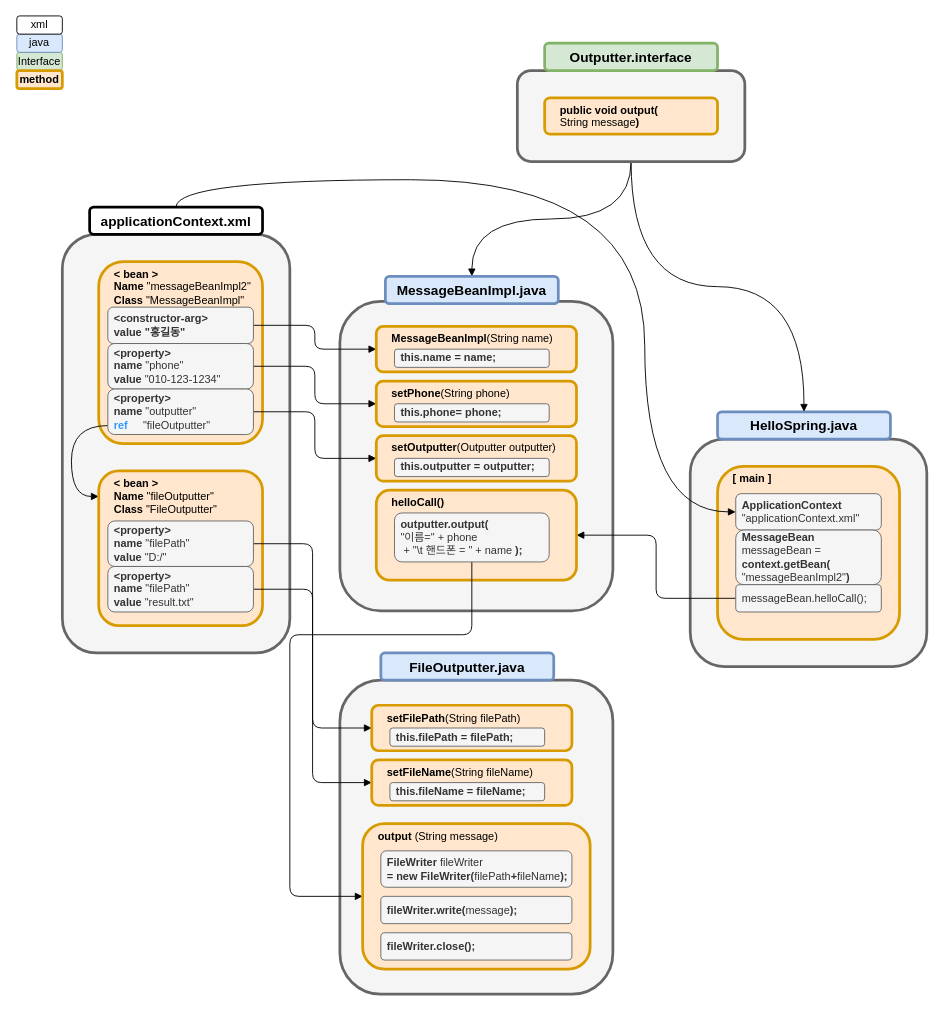
Earlier version of the draw.io diagram Untitled Diagram.drawio (Deanioche/Sandbox). Source tidied: cells renumbered, new cells numbered last; positions are measured from the earlier drawing's top-left corner, leaving out a move shared by most shapes. Both pictures are drawn from the tidied source at 91%, with x=0, y=0 at pixel (16, 15).
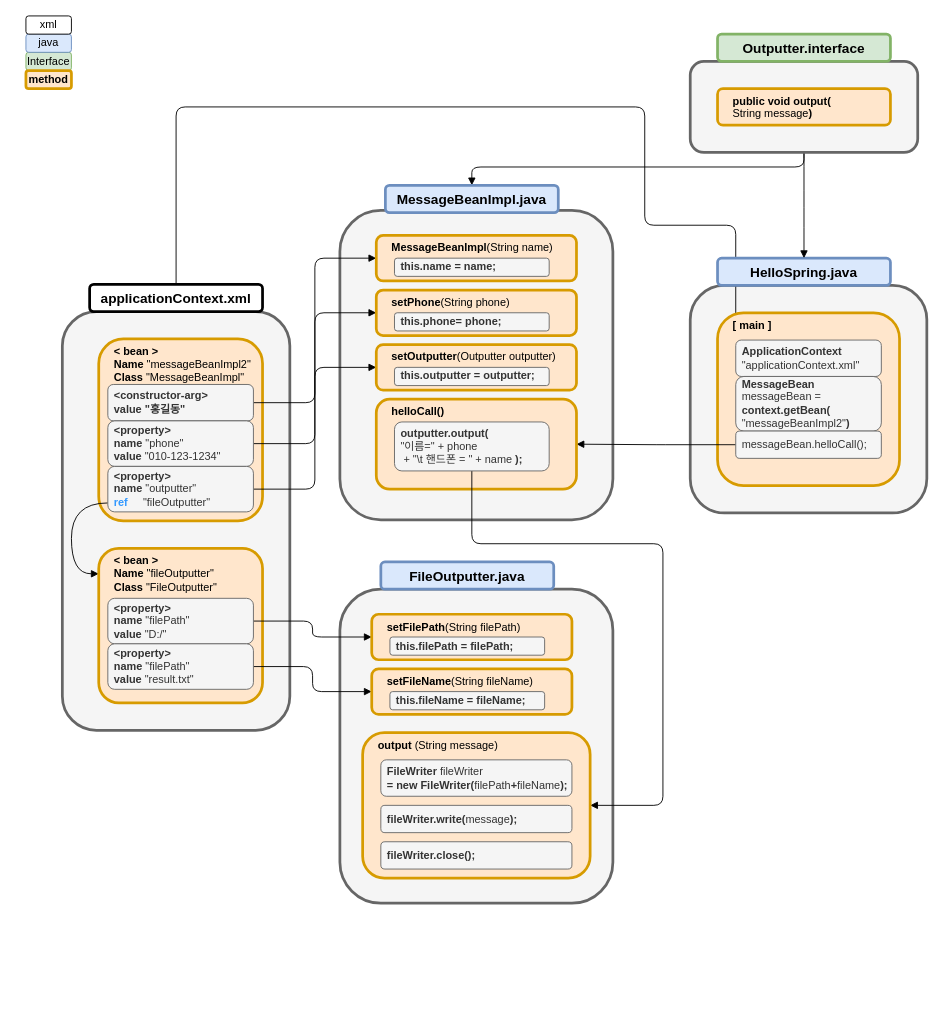
The same diagram, later.

The edit, as a diff of the source:
```diff
@@
     <mxCell id="2" style="rounded=1;whiteSpace=wrap;html=1;strokeWidth=3;align=left;fillColor=#f5f5f5;strokeColor=#666666;fontColor=#333333;" parent="1" vertex="1">
-      <mxGeometry x="355" y="730" width="300" height="345" as="geometry" />
+      <mxGeometry x="355" y="630" width="300" height="345" as="geometry" />
     </mxCell>
     <mxCell id="3" style="rounded=1;whiteSpace=wrap;html=1;strokeWidth=3;align=left;fillColor=#f5f5f5;strokeColor=#666666;fontColor=#333333;" parent="1" vertex="1">
-      <mxGeometry x="740" y="465" width="260" height="250" as="geometry" />
+      <mxGeometry x="740" y="296.2" width="260" height="250" as="geometry" />
     </mxCell>
     <mxCell id="4" style="rounded=1;whiteSpace=wrap;html=1;strokeWidth=3;align=left;fillColor=#f5f5f5;strokeColor=#666666;fontColor=#333333;" parent="1" vertex="1">
-      <mxGeometry x="355" y="313.8" width="300" height="340" as="geometry" />
+      <mxGeometry x="355" y="213.8" width="300" height="340" as="geometry" />
     </mxCell>
     <mxCell id="5" style="rounded=1;whiteSpace=wrap;html=1;strokeWidth=3;align=left;fillColor=#f5f5f5;strokeColor=#666666;fontColor=#333333;" parent="1" vertex="1">
-      <mxGeometry x="50" y="240" width="250" height="460" as="geometry" />
+      <mxGeometry x="50" y="325" width="250" height="460" as="geometry" />
     </mxCell>
     <mxCell id="6" value="Interface" style="rounded=1;whiteSpace=wrap;html=1;fillColor=#d5e8d4;strokeColor=#82b366;" parent="1" vertex="1">
-      <mxGeometry y="40" width="50" height="20" as="geometry" />
+      <mxGeometry x="10" y="40" width="50" height="20" as="geometry" />
     </mxCell>
     <mxCell id="7" value="java" style="rounded=1;whiteSpace=wrap;html=1;fillColor=#dae8fc;strokeColor=#6c8ebf;" parent="1" vertex="1">
-      <mxGeometry y="20" width="50" height="20" as="geometry" />
+      <mxGeometry x="10" y="20" width="50" height="20" as="geometry" />
     </mxCell>
     <mxCell id="8" value="xml" style="rounded=1;whiteSpace=wrap;html=1;" parent="1" vertex="1">
-      <mxGeometry width="50" height="20" as="geometry" />
+      <mxGeometry x="10" width="50" height="20" as="geometry" />
     </mxCell>
+    <mxCell id="55" style="edgeStyle=orthogonalEdgeStyle;rounded=1;jumpSize=6;jettySize=auto;html=1;exitX=0.5;exitY=0;exitDx=0;exitDy=0;entryX=0;entryY=0.5;entryDx=0;entryDy=0;endArrow=block;endFill=1;" parent="1" edge="1" source="9" target="25">
+      <mxGeometry relative="1" as="geometry">
+        <Array as="points">
+          <mxPoint x="175" y="100" />
+          <mxPoint x="690" y="100" />
+          <mxPoint x="690" y="230" />
+          <mxPoint x="790" y="230" />
+        </Array>
+      </mxGeometry>
+    </mxCell>
     <mxCell id="9" value="&lt;b&gt;&lt;font style=&quot;font-size: 15px&quot;&gt;applicationContext.xml&lt;/font&gt;&lt;/b&gt;" style="rounded=1;whiteSpace=wrap;html=1;fontSize=12;glass=0;strokeWidth=3;shadow=0;" parent="1" vertex="1">
-      <mxGeometry x="80" y="210" width="190" height="30" as="geometry" />
+      <mxGeometry x="80" y="295" width="190" height="30" as="geometry" />
     </mxCell>
     <mxCell id="10" value="&lt;div&gt;&lt;b&gt;&amp;lt; bean &amp;gt;&amp;nbsp;&lt;/b&gt;&lt;/div&gt;&lt;div&gt;&lt;b&gt;Name&lt;/b&gt; &quot;messageBeanImpl2&quot;&amp;nbsp;&lt;/div&gt;&lt;div&gt;&lt;b&gt;Class&lt;/b&gt;&amp;nbsp;&quot;MessageBeanImpl&quot;&lt;/div&gt;" style="rounded=1;whiteSpace=wrap;html=1;fontSize=12;glass=0;strokeWidth=3;shadow=0;fillColor=#ffe6cc;strokeColor=#d79b00;align=left;spacingLeft=15;labelBorderColor=none;horizontal=1;verticalAlign=top;" parent="1" vertex="1">
-      <mxGeometry x="90" y="270" width="180" height="200" as="geometry" />
+      <mxGeometry x="90" y="355" width="180" height="200" as="geometry" />
     </mxCell>
@@
     <mxCell id="12" value="&lt;div&gt;&lt;b&gt;&amp;lt;constructor-arg&amp;gt;&lt;/b&gt;&lt;/div&gt;&lt;b&gt;&lt;div&gt;&lt;b&gt;value &quot;홍길동&quot;&lt;/b&gt;&lt;/div&gt;&lt;/b&gt;" style="rounded=1;whiteSpace=wrap;html=1;fontSize=12;glass=0;strokeWidth=1;shadow=0;fillColor=#f5f5f5;strokeColor=#666666;fontColor=#333333;align=left;spacingTop=0;spacingLeft=5;" parent="1" vertex="1">
-      <mxGeometry x="100" y="320" width="160" height="40" as="geometry" />
+      <mxGeometry x="100" y="405" width="160" height="40" as="geometry" />
     </mxCell>
@@
     <mxCell id="14" value="&lt;div&gt;&lt;b&gt;&amp;lt;property&amp;gt;&lt;/b&gt;&lt;/div&gt;&lt;div&gt;&lt;b style=&quot;font-weight: bold&quot;&gt;name &lt;/b&gt;&quot;phone&quot;&lt;/div&gt;&lt;div&gt;&lt;b&gt;value &lt;/b&gt;&quot;010-123-1234&quot;&lt;/div&gt;" style="rounded=1;whiteSpace=wrap;html=1;fontSize=12;glass=0;strokeWidth=1;shadow=0;fillColor=#f5f5f5;strokeColor=#666666;fontColor=#333333;align=left;spacingTop=0;spacingLeft=5;" parent="1" vertex="1">
-      <mxGeometry x="100" y="360" width="160" height="50" as="geometry" />
+      <mxGeometry x="100" y="445" width="160" height="50" as="geometry" />
     </mxCell>
     <mxCell id="15" style="edgeStyle=orthogonalEdgeStyle;curved=1;jumpSize=6;jettySize=auto;html=1;exitX=-0.001;exitY=0.804;exitDx=0;exitDy=0;entryX=0;entryY=0.165;entryDx=0;entryDy=0;endArrow=block;endFill=1;entryPerimeter=0;exitPerimeter=0;" parent="1" edge="1" source="17" target="18">
       <mxGeometry relative="1" as="geometry">
         <Array as="points">
-          <mxPoint x="60" y="450" />
-          <mxPoint x="60" y="528" />
+          <mxPoint x="60" y="535" />
+          <mxPoint x="60" y="613" />
         </Array>
       </mxGeometry>
     </mxCell>
@@
     <mxCell id="17" value="&lt;div&gt;&lt;b&gt;&amp;lt;property&amp;gt;&lt;/b&gt;&lt;/div&gt;&lt;div&gt;&lt;b style=&quot;font-weight: bold&quot;&gt;name &lt;/b&gt;&quot;outputter&quot;&lt;/div&gt;&lt;div&gt;&lt;b&gt;&lt;font color=&quot;#3399ff&quot;&gt;ref&lt;/font&gt;&amp;nbsp; &amp;nbsp; &amp;nbsp;&lt;/b&gt;&quot;fileOutputter&quot;&lt;/div&gt;" style="rounded=1;whiteSpace=wrap;html=1;fontSize=12;glass=0;strokeWidth=1;shadow=0;fillColor=#f5f5f5;strokeColor=#666666;fontColor=#333333;align=left;spacingTop=0;spacingLeft=5;" parent="1" vertex="1">
-      <mxGeometry x="100" y="410" width="160" height="50" as="geometry" />
+      <mxGeometry x="100" y="495" width="160" height="50" as="geometry" />
     </mxCell>
     <mxCell id="18" value="&lt;div&gt;&lt;b&gt;&amp;lt; bean &amp;gt;&amp;nbsp;&lt;/b&gt;&lt;/div&gt;&lt;div&gt;&lt;b&gt;Name&lt;/b&gt; &quot;fileOutputter&quot;&amp;nbsp;&lt;/div&gt;&lt;div&gt;&lt;b&gt;Class&lt;/b&gt;&amp;nbsp;&quot;FileOutputter&quot;&lt;/div&gt;" style="rounded=1;whiteSpace=wrap;html=1;fontSize=12;glass=0;strokeWidth=3;shadow=0;fillColor=#ffe6cc;strokeColor=#d79b00;align=left;spacingLeft=15;labelBorderColor=none;horizontal=1;verticalAlign=top;arcSize=13;" parent="1" vertex="1">
-      <mxGeometry x="90" y="500" width="180" height="170" as="geometry" />
+      <mxGeometry x="90" y="585" width="180" height="170" as="geometry" />
     </mxCell>
@@
     <mxCell id="20" value="&lt;div&gt;&lt;b&gt;&amp;lt;property&amp;gt;&lt;/b&gt;&lt;/div&gt;&lt;div&gt;&lt;b style=&quot;font-weight: bold&quot;&gt;name &lt;/b&gt;&quot;filePath&quot;&lt;/div&gt;&lt;div&gt;&lt;b&gt;value &lt;/b&gt;&quot;D:/&quot;&lt;/div&gt;" style="rounded=1;whiteSpace=wrap;html=1;fontSize=12;glass=0;strokeWidth=1;shadow=0;fillColor=#f5f5f5;strokeColor=#666666;fontColor=#333333;align=left;spacingTop=0;spacingLeft=5;" parent="1" vertex="1">
-      <mxGeometry x="100" y="555" width="160" height="50" as="geometry" />
+      <mxGeometry x="100" y="640" width="160" height="50" as="geometry" />
     </mxCell>
@@
     <mxCell id="22" value="&lt;div&gt;&lt;b&gt;&amp;lt;property&amp;gt;&lt;/b&gt;&lt;/div&gt;&lt;div&gt;&lt;b style=&quot;font-weight: bold&quot;&gt;name &lt;/b&gt;&quot;filePath&quot;&lt;/div&gt;&lt;b&gt;value&amp;nbsp;&lt;/b&gt;&lt;span&gt;&quot;result.txt&quot;&lt;/span&gt;&lt;b&gt;&lt;br&gt;&lt;/b&gt;" style="rounded=1;whiteSpace=wrap;html=1;fontSize=12;glass=0;strokeWidth=1;shadow=0;fillColor=#f5f5f5;strokeColor=#666666;fontColor=#333333;align=left;spacingTop=0;spacingLeft=5;" parent="1" vertex="1">
-      <mxGeometry x="100" y="605" width="160" height="50" as="geometry" />
+      <mxGeometry x="100" y="690" width="160" height="50" as="geometry" />
     </mxCell>
     <mxCell id="23" value="&lt;b&gt;&lt;font style=&quot;font-size: 15px&quot;&gt;HelloSpring.java&lt;/font&gt;&lt;/b&gt;" style="rounded=1;whiteSpace=wrap;html=1;fontSize=12;glass=0;strokeWidth=3;shadow=0;fillColor=#dae8fc;strokeColor=#6c8ebf;" parent="1" vertex="1">
-      <mxGeometry x="770" y="435" width="190" height="30" as="geometry" />
+      <mxGeometry x="770" y="266.2" width="190" height="30" as="geometry" />
     </mxCell>
     <mxCell id="24" value="&lt;div&gt;&lt;b&gt;[ main ]&amp;nbsp;&lt;/b&gt;&lt;/div&gt;&lt;div&gt;&lt;br&gt;&lt;/div&gt;&lt;div&gt;&lt;br&gt;&lt;/div&gt;" style="rounded=1;whiteSpace=wrap;html=1;fontSize=12;glass=0;strokeWidth=3;shadow=0;fillColor=#ffe6cc;strokeColor=#d79b00;align=left;spacingLeft=15;labelBorderColor=none;horizontal=1;verticalAlign=top;" parent="1" vertex="1">
-      <mxGeometry x="770" y="495" width="200" height="190" as="geometry" />
+      <mxGeometry x="770" y="326.2" width="200" height="190" as="geometry" />
     </mxCell>
     <mxCell id="25" value="&lt;div&gt;&lt;b&gt;ApplicationContext&lt;/b&gt;&lt;br&gt;&lt;/div&gt;&quot;applicationContext.xml&quot;" style="rounded=1;whiteSpace=wrap;html=1;fontSize=12;glass=0;strokeWidth=1;shadow=0;fillColor=#f5f5f5;strokeColor=#666666;fontColor=#333333;align=left;spacingTop=0;spacingLeft=5;" parent="1" vertex="1">
-      <mxGeometry x="790" y="525" width="160" height="40" as="geometry" />
+      <mxGeometry x="790" y="356.2" width="160" height="40" as="geometry" />
     </mxCell>
     <mxCell id="26" value="&lt;div&gt;&lt;b&gt;MessageBean&lt;/b&gt;&lt;br&gt;&lt;/div&gt;&lt;div&gt;messageBean =&amp;nbsp;&lt;br&gt;&lt;/div&gt;&lt;div&gt;&lt;b&gt;context.getBean(&lt;/b&gt;&lt;br&gt;&lt;/div&gt;&lt;div&gt;&quot;messageBeanImpl2&quot;&lt;b&gt;)&lt;/b&gt;&lt;br&gt;&lt;/div&gt;" style="rounded=1;whiteSpace=wrap;html=1;fontSize=12;glass=0;strokeWidth=1;shadow=0;fillColor=#f5f5f5;strokeColor=#666666;fontColor=#333333;align=left;spacingTop=0;spacingLeft=5;" parent="1" vertex="1">
-      <mxGeometry x="790" y="565" width="160" height="60" as="geometry" />
+      <mxGeometry x="790" y="396.2" width="160" height="60" as="geometry" />
     </mxCell>
@@
     <mxCell id="28" value="messageBean.helloCall();" style="rounded=1;whiteSpace=wrap;html=1;fontSize=12;glass=0;strokeWidth=1;shadow=0;fillColor=#f5f5f5;strokeColor=#666666;fontColor=#333333;align=left;spacingTop=0;spacingLeft=5;" parent="1" vertex="1">
-      <mxGeometry x="790" y="625" width="160" height="30" as="geometry" />
+      <mxGeometry x="790" y="456.2" width="160" height="30" as="geometry" />
     </mxCell>
-    <mxCell id="29" style="edgeStyle=orthogonalEdgeStyle;jumpSize=6;jettySize=auto;html=1;exitX=0.5;exitY=1;exitDx=0;exitDy=0;entryX=0.5;entryY=0;entryDx=0;entryDy=0;endArrow=block;endFill=1;curved=1;" parent="1" edge="1" source="32" target="35">
-      <mxGeometry relative="1" as="geometry" />
-    </mxCell>
@@
+    <mxCell id="29" style="edgeStyle=orthogonalEdgeStyle;rounded=1;jumpSize=6;jettySize=auto;html=1;exitX=0.5;exitY=1;exitDx=0;exitDy=0;entryX=0.5;entryY=0;entryDx=0;entryDy=0;endArrow=block;endFill=1;" parent="1" edge="1" source="32" target="35">
+      <mxGeometry relative="1" as="geometry">
+        <Array as="points">
+          <mxPoint x="865" y="166" />
+          <mxPoint x="500" y="166" />
+        </Array>
+      </mxGeometry>
+    </mxCell>
     <mxCell id="32" style="rounded=1;whiteSpace=wrap;html=1;strokeWidth=3;align=left;fillColor=#f5f5f5;strokeColor=#666666;fontColor=#333333;" parent="1" vertex="1">
-      <mxGeometry x="550" y="60" width="250" height="100" as="geometry" />
+      <mxGeometry x="740" y="50" width="250" height="100" as="geometry" />
     </mxCell>
     <mxCell id="33" value="&lt;span style=&quot;font-size: 15px&quot;&gt;&lt;b&gt;Outputter.&lt;/b&gt;&lt;/span&gt;&lt;b style=&quot;font-size: 15px&quot;&gt;interface&lt;/b&gt;" style="rounded=1;whiteSpace=wrap;html=1;fontSize=12;glass=0;strokeWidth=3;shadow=0;fillColor=#d5e8d4;strokeColor=#82b366;" parent="1" vertex="1">
-      <mxGeometry x="580" y="30" width="190" height="30" as="geometry" />
+      <mxGeometry x="770" y="20" width="190" height="30" as="geometry" />
     </mxCell>
     <mxCell id="34" value="&lt;div&gt;&lt;b&gt;public void output(&lt;/b&gt;&lt;/div&gt;&lt;div&gt;String message&lt;b&gt;)&lt;/b&gt;&lt;br&gt;&lt;/div&gt;" style="rounded=1;whiteSpace=wrap;html=1;fontSize=12;glass=0;strokeWidth=3;shadow=0;fillColor=#ffe6cc;strokeColor=#d79b00;align=left;spacingLeft=15;labelBorderColor=none;horizontal=1;verticalAlign=top;" parent="1" vertex="1">
-      <mxGeometry x="580" y="90" width="190" height="40" as="geometry" />
+      <mxGeometry x="770" y="80" width="190" height="40" as="geometry" />
     </mxCell>
     <mxCell id="35" value="&lt;font&gt;&lt;span style=&quot;font-size: 15px&quot;&gt;&lt;b&gt;MessageBeanImpl.java&lt;/b&gt;&lt;/span&gt;&lt;/font&gt;" style="rounded=1;whiteSpace=wrap;html=1;fontSize=12;glass=0;strokeWidth=3;shadow=0;fillColor=#dae8fc;strokeColor=#6c8ebf;" parent="1" vertex="1">
-      <mxGeometry x="405" y="286.2" width="190" height="30" as="geometry" />
+      <mxGeometry x="405" y="186.2" width="190" height="30" as="geometry" />
     </mxCell>
     <mxCell id="36" value="&lt;div&gt;&lt;b&gt;MessageBeanImpl&lt;/b&gt;(String name)&lt;/div&gt;&lt;br&gt;&lt;div&gt;&lt;br&gt;&lt;/div&gt;" style="rounded=1;whiteSpace=wrap;html=1;fontSize=12;glass=0;strokeWidth=3;shadow=0;fillColor=#ffe6cc;strokeColor=#d79b00;align=left;spacingLeft=15;labelBorderColor=none;horizontal=1;verticalAlign=top;" parent="1" vertex="1">
-      <mxGeometry x="395" y="341.2" width="220" height="50" as="geometry" />
+      <mxGeometry x="395" y="241.2" width="220" height="50" as="geometry" />
     </mxCell>
     <mxCell id="37" value="&lt;b&gt;this.name = name;&lt;/b&gt;&lt;div&gt;&lt;/div&gt;" style="rounded=1;whiteSpace=wrap;html=1;fontSize=12;glass=0;strokeWidth=1;shadow=0;fillColor=#f5f5f5;strokeColor=#666666;fontColor=#333333;align=left;spacingTop=0;spacingLeft=5;" parent="1" vertex="1">
-      <mxGeometry x="415" y="366.2" width="170" height="20" as="geometry" />
+      <mxGeometry x="415" y="266.2" width="170" height="20" as="geometry" />
     </mxCell>
     <mxCell id="38" value="&lt;b&gt;setPhone&lt;/b&gt;&lt;span&gt;(String phone)&lt;/span&gt;&lt;b&gt;&lt;br&gt;&lt;/b&gt;&lt;br&gt;&lt;div&gt;&lt;br&gt;&lt;/div&gt;" style="rounded=1;whiteSpace=wrap;html=1;fontSize=12;glass=0;strokeWidth=3;shadow=0;fillColor=#ffe6cc;strokeColor=#d79b00;align=left;spacingLeft=15;labelBorderColor=none;horizontal=1;verticalAlign=top;" parent="1" vertex="1">
-      <mxGeometry x="395" y="401.2" width="220" height="50" as="geometry" />
+      <mxGeometry x="395" y="301.2" width="220" height="50" as="geometry" />
     </mxCell>
     <mxCell id="39" value="&lt;b&gt;this.phone= phone;&lt;/b&gt;&lt;div&gt;&lt;/div&gt;" style="rounded=1;whiteSpace=wrap;html=1;fontSize=12;glass=0;strokeWidth=1;shadow=0;fillColor=#f5f5f5;strokeColor=#666666;fontColor=#333333;align=left;spacingTop=0;spacingLeft=5;" parent="1" vertex="1">
-      <mxGeometry x="415" y="426.2" width="170" height="20" as="geometry" />
+      <mxGeometry x="415" y="326.2" width="170" height="20" as="geometry" />
     </mxCell>
     <mxCell id="40" value="&lt;span&gt;&lt;b&gt;setOutputter&lt;/b&gt;&lt;/span&gt;(Outputter outputter)&lt;br&gt;&lt;br&gt;&lt;div&gt;&lt;br&gt;&lt;/div&gt;" style="rounded=1;whiteSpace=wrap;html=1;fontSize=12;glass=0;strokeWidth=3;shadow=0;fillColor=#ffe6cc;strokeColor=#d79b00;align=left;spacingLeft=15;labelBorderColor=none;horizontal=1;verticalAlign=top;" parent="1" vertex="1">
-      <mxGeometry x="395" y="461.2" width="220" height="50" as="geometry" />
+      <mxGeometry x="395" y="361.2" width="220" height="50" as="geometry" />
     </mxCell>
     <mxCell id="41" value="&lt;b&gt;this.outputter = outputter;&lt;/b&gt;&lt;br&gt;&lt;div&gt;&lt;/div&gt;" style="rounded=1;whiteSpace=wrap;html=1;fontSize=12;glass=0;strokeWidth=1;shadow=0;fillColor=#f5f5f5;strokeColor=#666666;fontColor=#333333;align=left;spacingTop=0;spacingLeft=5;" parent="1" vertex="1">
-      <mxGeometry x="415" y="486.2" width="170" height="20" as="geometry" />
+      <mxGeometry x="415" y="386.2" width="170" height="20" as="geometry" />
     </mxCell>
     <mxCell id="42" value="&lt;b&gt;helloCall()&lt;/b&gt;&lt;br&gt;&lt;br&gt;&lt;div&gt;&lt;br&gt;&lt;/div&gt;" style="rounded=1;whiteSpace=wrap;html=1;fontSize=12;glass=0;strokeWidth=3;shadow=0;fillColor=#ffe6cc;strokeColor=#d79b00;align=left;spacingLeft=15;labelBorderColor=none;horizontal=1;verticalAlign=top;" parent="1" vertex="1">
-      <mxGeometry x="395" y="521.2" width="220" height="98.8" as="geometry" />
+      <mxGeometry x="395" y="421.2" width="220" height="98.8" as="geometry" />
     </mxCell>
-    <mxCell id="43" style="edgeStyle=orthogonalEdgeStyle;rounded=1;jumpSize=6;jettySize=auto;html=1;exitX=0.5;exitY=1;exitDx=0;exitDy=0;entryX=0;entryY=0.5;entryDx=0;entryDy=0;endArrow=block;endFill=1;" parent="1" edge="1" source="44" target="51">
+    <mxCell id="43" style="edgeStyle=orthogonalEdgeStyle;rounded=1;jumpSize=6;jettySize=auto;html=1;exitX=0.5;exitY=1;exitDx=0;exitDy=0;entryX=1;entryY=0.5;entryDx=0;entryDy=0;endArrow=block;endFill=1;" parent="1" edge="1" source="44" target="51">
       <mxGeometry relative="1" as="geometry">
         <Array as="points">
-          <mxPoint x="500" y="680" />
-          <mxPoint x="300" y="680" />
-          <mxPoint x="300" y="968" />
+          <mxPoint x="500" y="580" />
+          <mxPoint x="710" y="580" />
+          <mxPoint x="710" y="868" />
         </Array>
       </mxGeometry>
     </mxCell>
     <mxCell id="44" value="&lt;b&gt;outputter.output(&lt;br&gt;&lt;/b&gt;&quot;이름=&quot; + phone&lt;br&gt;&amp;nbsp;+ &quot;\t 핸드폰 = &quot; + name&amp;nbsp;&lt;b&gt;);&lt;/b&gt;&lt;br&gt;&lt;div&gt;&lt;/div&gt;" style="rounded=1;whiteSpace=wrap;html=1;fontSize=12;glass=0;strokeWidth=1;shadow=0;fillColor=#f5f5f5;strokeColor=#666666;fontColor=#333333;align=left;spacingTop=0;spacingLeft=5;" parent="1" vertex="1">
-      <mxGeometry x="415" y="546.2" width="170" height="53.8" as="geometry" />
+      <mxGeometry x="415" y="446.2" width="170" height="53.8" as="geometry" />
     </mxCell>
     <mxCell id="45" value="&lt;b&gt;method&lt;/b&gt;" style="rounded=1;whiteSpace=wrap;html=1;fontSize=12;glass=0;strokeWidth=3;shadow=0;fillColor=#ffe6cc;strokeColor=#d79b00;align=center;spacingLeft=0;labelBorderColor=none;horizontal=1;verticalAlign=middle;spacing=0;" parent="1" vertex="1">
-      <mxGeometry y="60" width="50" height="20" as="geometry" />
+      <mxGeometry x="10" y="60" width="50" height="20" as="geometry" />
     </mxCell>
     <mxCell id="46" value="&lt;font&gt;&lt;span style=&quot;font-size: 15px&quot;&gt;&lt;b&gt;FileOutputter&lt;/b&gt;&lt;/span&gt;&lt;b style=&quot;font-size: 15px&quot;&gt;.java&lt;/b&gt;&lt;/font&gt;" style="rounded=1;whiteSpace=wrap;html=1;fontSize=12;glass=0;strokeWidth=3;shadow=0;fillColor=#dae8fc;strokeColor=#6c8ebf;" parent="1" vertex="1">
-      <mxGeometry x="400" y="700" width="190" height="30" as="geometry" />
+      <mxGeometry x="400" y="600" width="190" height="30" as="geometry" />
     </mxCell>
     <mxCell id="47" value="&lt;div&gt;&lt;b&gt;setFilePath&lt;/b&gt;(String filePath)&lt;/div&gt;&lt;br&gt;&lt;div&gt;&lt;br&gt;&lt;/div&gt;" style="rounded=1;whiteSpace=wrap;html=1;fontSize=12;glass=0;strokeWidth=3;shadow=0;fillColor=#ffe6cc;strokeColor=#d79b00;align=left;spacingLeft=15;labelBorderColor=none;horizontal=1;verticalAlign=top;" parent="1" vertex="1">
-      <mxGeometry x="390" y="757.5" width="220" height="50" as="geometry" />
+      <mxGeometry x="390" y="657.5" width="220" height="50" as="geometry" />
     </mxCell>
     <mxCell id="48" value="&lt;b&gt;this.filePath = filePath;&lt;/b&gt;&lt;br&gt;&lt;div&gt;&lt;/div&gt;" style="rounded=1;whiteSpace=wrap;html=1;fontSize=12;glass=0;strokeWidth=1;shadow=0;fillColor=#f5f5f5;strokeColor=#666666;fontColor=#333333;align=left;spacingTop=0;spacingLeft=5;" parent="1" vertex="1">
-      <mxGeometry x="410" y="782.5" width="170" height="20" as="geometry" />
+      <mxGeometry x="410" y="682.5" width="170" height="20" as="geometry" />
     </mxCell>
     <mxCell id="49" value="&lt;span&gt;&lt;b&gt;setFileName&lt;/b&gt;(String fileName)&lt;/span&gt;&lt;b&gt;&lt;br&gt;&lt;/b&gt;&lt;br&gt;&lt;div&gt;&lt;br&gt;&lt;/div&gt;" style="rounded=1;whiteSpace=wrap;html=1;fontSize=12;glass=0;strokeWidth=3;shadow=0;fillColor=#ffe6cc;strokeColor=#d79b00;align=left;spacingLeft=15;labelBorderColor=none;horizontal=1;verticalAlign=top;" parent="1" vertex="1">
-      <mxGeometry x="390" y="817.5" width="220" height="50" as="geometry" />
+      <mxGeometry x="390" y="717.5" width="220" height="50" as="geometry" />
     </mxCell>
     <mxCell id="50" value="&lt;b&gt;this.fileName = fileName;&lt;/b&gt;&lt;br&gt;&lt;div&gt;&lt;/div&gt;" style="rounded=1;whiteSpace=wrap;html=1;fontSize=12;glass=0;strokeWidth=1;shadow=0;fillColor=#f5f5f5;strokeColor=#666666;fontColor=#333333;align=left;spacingTop=0;spacingLeft=5;" parent="1" vertex="1">
-      <mxGeometry x="410" y="842.5" width="170" height="20" as="geometry" />
+      <mxGeometry x="410" y="742.5" width="170" height="20" as="geometry" />
     </mxCell>
     <mxCell id="51" value="&lt;b&gt;output&amp;nbsp;&lt;/b&gt;(String message)" style="rounded=1;whiteSpace=wrap;html=1;fontSize=12;glass=0;strokeWidth=3;shadow=0;fillColor=#ffe6cc;strokeColor=#d79b00;align=left;spacingLeft=15;labelBorderColor=none;horizontal=1;verticalAlign=top;" parent="1" vertex="1">
-      <mxGeometry x="380" y="887.5" width="250" height="160" as="geometry" />
+      <mxGeometry x="380" y="787.5" width="250" height="160" as="geometry" />
     </mxCell>
     <mxCell id="52" value="&lt;b&gt;FileWriter &lt;/b&gt;fileWriter &lt;br&gt;&lt;b&gt;= new FileWriter(&lt;/b&gt;filePath&lt;b&gt;+&lt;/b&gt;fileName&lt;b&gt;);&lt;/b&gt;&lt;br&gt;&lt;div&gt;&lt;/div&gt;" style="rounded=1;whiteSpace=wrap;html=1;fontSize=12;glass=0;strokeWidth=1;shadow=0;fillColor=#f5f5f5;strokeColor=#666666;fontColor=#333333;align=left;spacingTop=0;spacingLeft=5;" parent="1" vertex="1">
-      <mxGeometry x="400" y="917.5" width="210" height="40" as="geometry" />
+      <mxGeometry x="400" y="817.5" width="210" height="40" as="geometry" />
     </mxCell>
     <mxCell id="53" value="&lt;b&gt;fileWriter.write(&lt;/b&gt;message&lt;b&gt;);&lt;/b&gt;&lt;br&gt;&lt;div&gt;&lt;/div&gt;" style="rounded=1;whiteSpace=wrap;html=1;fontSize=12;glass=0;strokeWidth=1;shadow=0;fillColor=#f5f5f5;strokeColor=#666666;fontColor=#333333;align=left;spacingTop=0;spacingLeft=5;" parent="1" vertex="1">
-      <mxGeometry x="400" y="967.5" width="210" height="30" as="geometry" />
+      <mxGeometry x="400" y="867.5" width="210" height="30" as="geometry" />
     </mxCell>
     <mxCell id="54" value="&lt;b&gt;fileWriter.close();&lt;/b&gt;&lt;br&gt;&lt;div&gt;&lt;/div&gt;" style="rounded=1;whiteSpace=wrap;html=1;fontSize=12;glass=0;strokeWidth=1;shadow=0;fillColor=#f5f5f5;strokeColor=#666666;fontColor=#333333;align=left;spacingTop=0;spacingLeft=5;" parent="1" vertex="1">
-      <mxGeometry x="400" y="1007.5" width="210" height="30" as="geometry" />
+      <mxGeometry x="400" y="907.5" width="210" height="30" as="geometry" />
     </mxCell>
-    <mxCell id="55" style="edgeStyle=orthogonalEdgeStyle;curved=1;jumpSize=6;jettySize=auto;html=1;exitX=0.5;exitY=0;exitDx=0;exitDy=0;entryX=0;entryY=0.5;entryDx=0;entryDy=0;endArrow=block;endFill=1;" parent="1" edge="1" source="9" target="25">
-      <mxGeometry relative="1" as="geometry">
-        <Array as="points">
-          <mxPoint x="175" y="180" />
-          <mxPoint x="690" y="180" />
-          <mxPoint x="690" y="545" />
-        </Array>
-      </mxGeometry>
-    </mxCell>
```
